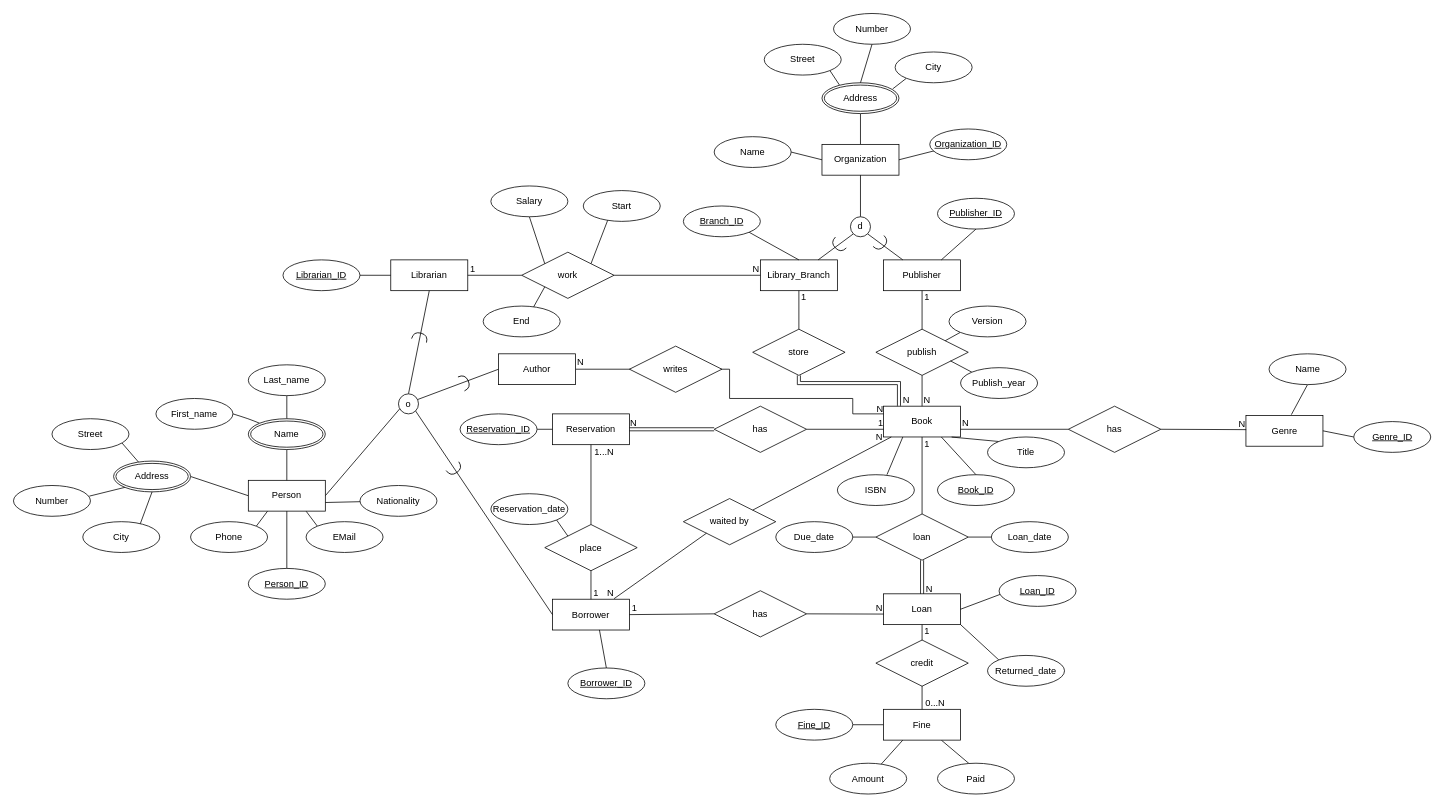
YouAndMEME/sose23-database keeps this draw.io diagram as ERM/ERM-Diagramm.drawio. Above is the earlier version. Source tidied: cells renumbered, new cells numbered last; positions are measured from the earlier drawing's top-left corner, leaving out a move shared by most shapes. Both pictures are drawn from the tidied source at 77%, with x=0, y=0 at pixel (13, 13).
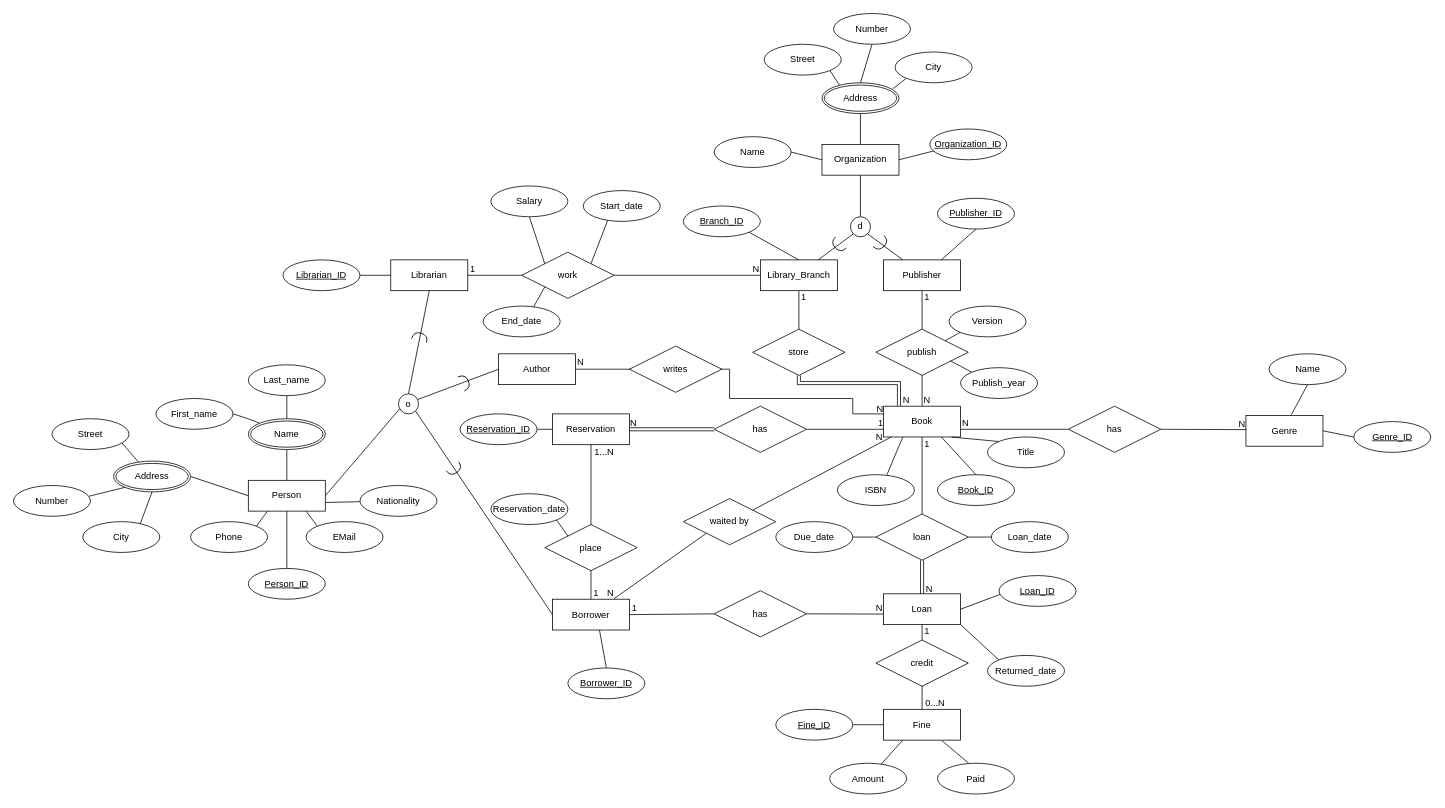
The same page after the edit.

Commit message (it also covers changes not shown here):
Renamed start_date, end_date

The edit, as a diff of the source:
```diff
@@
-    <mxCell id="136" value="Start" style="ellipse;whiteSpace=wrap;html=1;align=center;" parent="1" vertex="1">
+    <mxCell id="136" value="Start_date" style="ellipse;whiteSpace=wrap;html=1;align=center;" parent="1" vertex="1">
       <mxGeometry x="740" y="230" width="100" height="40" as="geometry" />
     </mxCell>
@@
-    <mxCell id="138" value="End" style="ellipse;whiteSpace=wrap;html=1;align=center;" parent="1" vertex="1">
+    <mxCell id="138" value="End_date" style="ellipse;whiteSpace=wrap;html=1;align=center;" parent="1" vertex="1">
       <mxGeometry x="610" y="380" width="100" height="40" as="geometry" />
     </mxCell>
```
